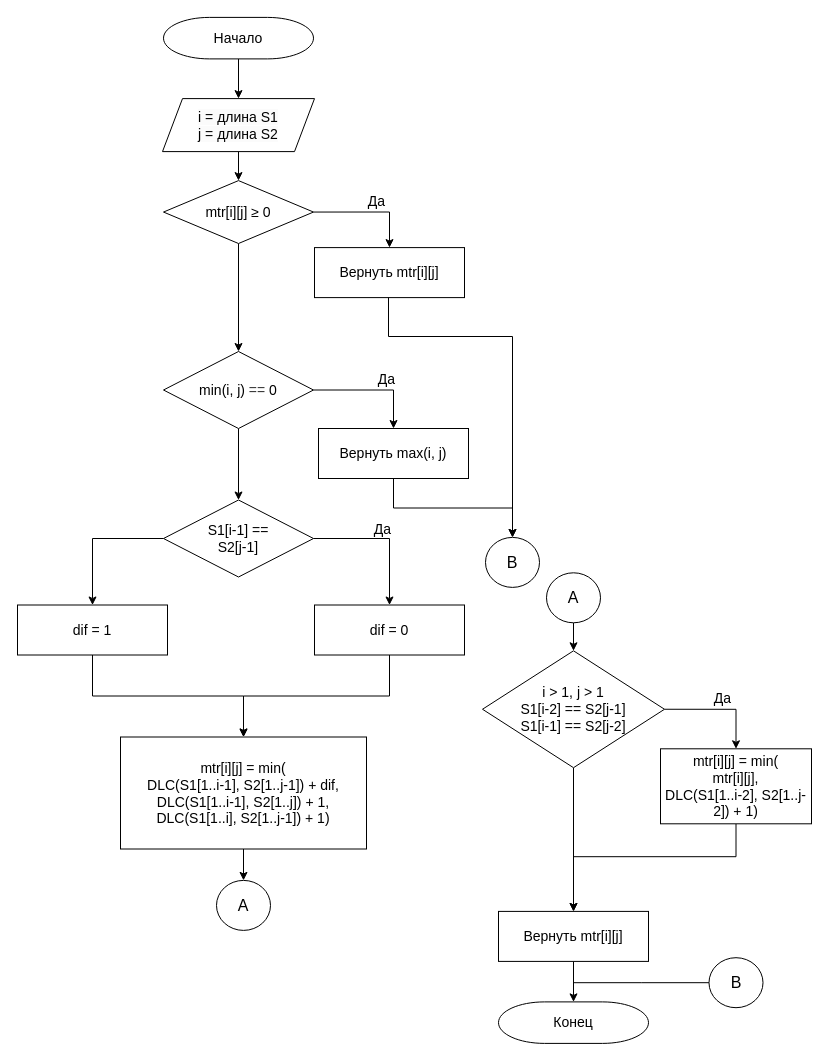
Above: page "Д.-Л. рек. с кешем" (5 of 5) of lab_01/report/schemes/algorithms.drawio in mshsvnv/AlgorithmAnalysis (draw.io), before the change. Source tidied: cells renumbered, new cells numbered last; positions are measured from the earlier drawing's top-left corner, leaving out a move shared by most shapes. Both pictures are drawn from the tidied source at 100%, with x=0, y=0 at pixel (17, 17).
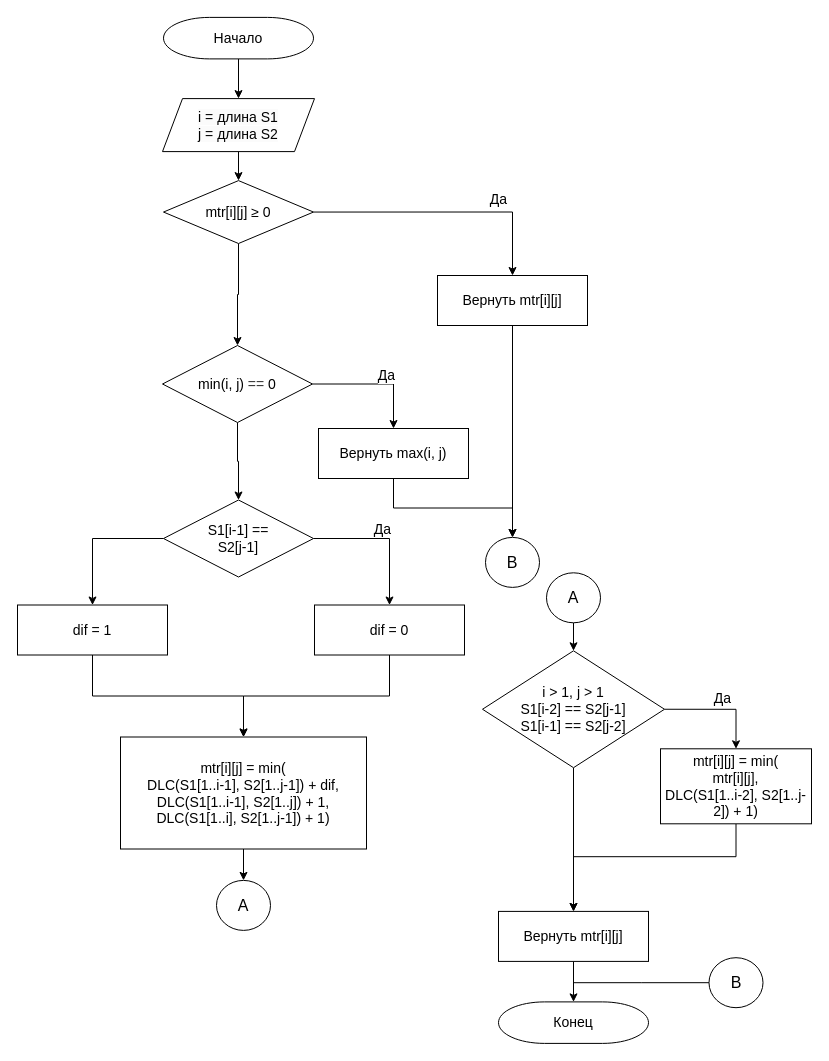
The same diagram, later.

The change refers to these unchanged cells:
```xml
<mxCell id="6" style="edgeStyle=orthogonalEdgeStyle;rounded=0;jettySize=auto;html=1;exitX=1;exitY=0.5;exitDx=0;exitDy=0;exitPerimeter=0;" parent="1" edge="1" source="9" target="11">
  <mxGeometry relative="1" as="geometry" />
</mxCell>
<mxCell id="39" value="&lt;font style=&quot;font-size: 16px;&quot;&gt;B&lt;/font&gt;" style="strokeWidth=1;html=1;shape=mxgraph.flowchart.start_2;whiteSpace=wrap;rounded=0;strokeColor=default;fontSize=12;" parent="1" vertex="1">
  <mxGeometry x="468" y="519.9" width="54" height="50" as="geometry" />
</mxCell>
```

Diff of the diagram source:
```diff
@@
     <mxCell id="7" value="&lt;font style=&quot;font-size: 14px;&quot;&gt;Да&lt;/font&gt;" style="edgeLabel;html=1;align=center;verticalAlign=middle;" parent="6" vertex="1">
       <mxGeometry x="0.06" y="3" relative="1" as="geometry">
-        <mxPoint x="4" y="-8" as="offset" />
+        <mxPoint x="46" y="-10" as="offset" />
       </mxGeometry>
     </mxCell>
@@
-    <mxCell id="10" style="edgeStyle=orthogonalEdgeStyle;rounded=0;jettySize=auto;html=1;exitX=0.5;exitY=1;exitDx=0;exitDy=0;entryX=0.5;entryY=0;entryDx=0;entryDy=0;entryPerimeter=0;" parent="1" edge="1" target="39">
+    <mxCell id="10" style="edgeStyle=orthogonalEdgeStyle;rounded=0;jettySize=auto;html=1;exitX=0.5;exitY=1;exitDx=0;exitDy=0;entryX=0.5;entryY=0;entryDx=0;entryDy=0;entryPerimeter=0;" parent="1" edge="1" source="11" target="39">
       <mxGeometry relative="1" as="geometry">
-        <mxPoint x="371" y="240" as="sourcePoint" />
         <Array as="points">
-          <mxPoint x="371" y="319" />
-          <mxPoint x="495" y="319" />
+          <mxPoint x="495" y="300" />
+          <mxPoint x="495" y="300" />
         </Array>
       </mxGeometry>
     </mxCell>
     <mxCell id="11" value="&lt;font style=&quot;font-size: 14px;&quot;&gt;Вернуть mtr[i][j]&lt;/font&gt;&lt;span style=&quot;font-size: 14px;&quot;&gt;&lt;br&gt;&lt;/span&gt;" style="rounded=0;whiteSpace=wrap;html=1;absoluteArcSize=1;arcSize=14;strokeWidth=1;" parent="1" vertex="1">
-      <mxGeometry x="297" y="230.1" width="150" height="50" as="geometry" />
+      <mxGeometry x="420" y="258" width="150" height="50" as="geometry" />
     </mxCell>
@@
     <mxCell id="31" value="&lt;div style=&quot;text-align: start; font-size: 14px;&quot;&gt;&lt;span style=&quot;background-color: initial;&quot;&gt;min(i, j) &lt;/span&gt;&lt;font style=&quot;font-size: 14px;&quot; face=&quot;YS Text, Arial, Helvetica, Arial Unicode MS, sans-serif&quot; color=&quot;#333333&quot;&gt;&lt;span style=&quot;background-color: rgb(255, 255, 255);&quot;&gt;==&amp;nbsp;&lt;/span&gt;&lt;/font&gt;&lt;span style=&quot;background-color: initial; font-size: 14px;&quot;&gt;0&lt;/span&gt;&lt;/div&gt;" style="strokeWidth=1;html=1;shape=mxgraph.flowchart.decision;whiteSpace=wrap;rounded=0;fontSize=11;" parent="1" vertex="1">
-      <mxGeometry x="146" y="334" width="150" height="77" as="geometry" />
+      <mxGeometry x="145" y="328" width="150" height="77" as="geometry" />
     </mxCell>
@@
     <mxCell id="34" value="&lt;font style=&quot;font-size: 14px;&quot;&gt;Да&lt;/font&gt;" style="edgeLabel;html=1;align=center;verticalAlign=middle;" parent="1" vertex="1">
-      <mxGeometry x="368" y="361" as="geometry" />
+      <mxGeometry x="368" y="357" as="geometry" />
     </mxCell>
```
